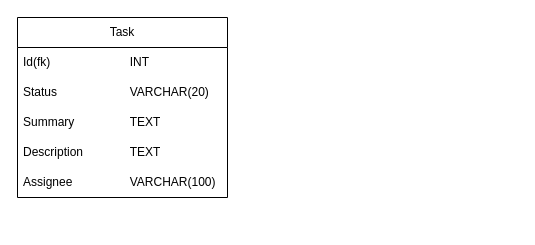
khanhnq1406/Drag_and_Drop_Kanban_Board keeps this draw.io diagram as page "Database" (2 of 3) of design/Drag and Drop Kanban Board.drawio. Above is the earlier version. Source tidied: cells renumbered, new cells numbered last; positions are measured from the earlier drawing's top-left corner, leaving out a move shared by most shapes. Both pictures are drawn from the tidied source at 100%, with x=0, y=0 at pixel (17, 17).
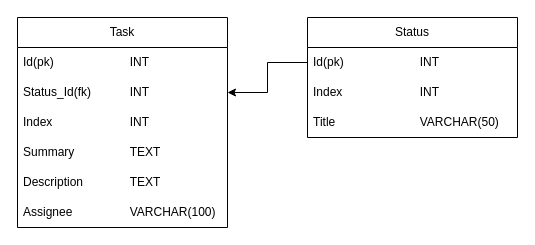
The same page after the edit.

Diff of the diagram source:
```diff
@@
 <mxGraphModel>
   <root>
     <mxCell id="0" />
     <mxCell id="1" parent="0" />
     <mxCell id="2" value="Task" style="swimlane;fontStyle=0;horizontal=1;startSize=30;whiteSpace=wrap;html=1;" parent="1" vertex="1">
-      <mxGeometry width="210" height="180" as="geometry" />
+      <mxGeometry width="210" height="210" as="geometry" />
     </mxCell>
-    <mxCell id="3" value="Id(fk)&lt;span style=&quot;white-space: pre;&quot;&gt;&#9;&lt;/span&gt;&lt;span style=&quot;white-space: pre;&quot;&gt;&#9;&lt;/span&gt;&lt;span style=&quot;white-space: pre;&quot;&gt;&#9;&lt;/span&gt;INT" style="text;strokeColor=none;fillColor=none;align=left;verticalAlign=middle;spacingLeft=4;spacingRight=4;overflow=hidden;whiteSpace=wrap;html=1;" parent="2" vertex="1">
+    <mxCell id="3" value="Id(pk)&lt;span style=&quot;white-space: pre;&quot;&gt;&#9;&lt;/span&gt;&lt;span style=&quot;white-space: pre;&quot;&gt;&#9;&lt;/span&gt;&lt;span style=&quot;white-space: pre;&quot;&gt;&#9;&lt;/span&gt;INT" style="text;strokeColor=none;fillColor=none;align=left;verticalAlign=middle;spacingLeft=4;spacingRight=4;overflow=hidden;whiteSpace=wrap;html=1;" parent="2" vertex="1">
       <mxGeometry y="30" width="210" height="30" as="geometry" />
     </mxCell>
-    <mxCell id="4" value="Status&lt;span style=&quot;white-space: pre;&quot;&gt;&#9;&lt;/span&gt;&lt;span style=&quot;white-space: pre;&quot;&gt;&#9;&lt;span style=&quot;white-space: pre;&quot;&gt;&#9;&lt;/span&gt;&lt;/span&gt;VARCHAR(20)" style="text;strokeColor=none;fillColor=none;align=left;verticalAlign=middle;spacingLeft=4;spacingRight=4;overflow=hidden;points=[[0,0.5],[1,0.5]];portConstraint=eastwest;whiteSpace=wrap;html=1;" parent="2" vertex="1">
+    <mxCell id="4" value="Status_Id(fk)&lt;span style=&quot;white-space: pre;&quot;&gt;&#9;&lt;/span&gt;&lt;span style=&quot;white-space: pre;&quot;&gt;&#9;&lt;/span&gt;INT" style="text;strokeColor=none;fillColor=none;align=left;verticalAlign=middle;spacingLeft=4;spacingRight=4;overflow=hidden;points=[[0,0.5],[1,0.5]];portConstraint=eastwest;whiteSpace=wrap;html=1;" parent="2" vertex="1">
       <mxGeometry y="60" width="210" height="30" as="geometry" />
     </mxCell>
+    <mxCell id="8" value="Index&lt;span style=&quot;white-space: pre;&quot;&gt;&#9;&lt;/span&gt;&lt;span style=&quot;white-space: pre;&quot;&gt;&#9;&lt;/span&gt;&lt;span style=&quot;white-space: pre;&quot;&gt;&#9;&lt;/span&gt;INT" style="text;strokeColor=none;fillColor=none;align=left;verticalAlign=middle;spacingLeft=4;spacingRight=4;overflow=hidden;whiteSpace=wrap;html=1;" parent="2" vertex="1">
+      <mxGeometry y="90" width="210" height="30" as="geometry" />
+    </mxCell>
     <mxCell id="5" value="Summary&lt;span style=&quot;white-space: pre;&quot;&gt;&#9;&lt;/span&gt;&lt;span style=&quot;white-space: pre;&quot;&gt;&#9;&lt;/span&gt;&lt;span style=&quot;white-space: pre;&quot;&gt;&#9;&lt;/span&gt;TEXT" style="text;strokeColor=none;fillColor=none;align=left;verticalAlign=middle;spacingLeft=4;spacingRight=4;overflow=hidden;whiteSpace=wrap;html=1;" parent="2" vertex="1">
-      <mxGeometry y="90" width="210" height="30" as="geometry" />
+      <mxGeometry y="120" width="210" height="30" as="geometry" />
     </mxCell>
     <mxCell id="6" value="Description&lt;span style=&quot;white-space: pre;&quot;&gt;&#9;&lt;/span&gt;&lt;span style=&quot;white-space: pre;&quot;&gt;&#9;&lt;/span&gt;TEXT" style="text;strokeColor=none;fillColor=none;align=left;verticalAlign=middle;spacingLeft=4;spacingRight=4;overflow=hidden;whiteSpace=wrap;html=1;" parent="2" vertex="1">
-      <mxGeometry y="120" width="210" height="30" as="geometry" />
+      <mxGeometry y="150" width="210" height="30" as="geometry" />
     </mxCell>
     <mxCell id="7" value="Assignee&lt;span style=&quot;white-space: pre;&quot;&gt;&#9;&lt;/span&gt;&lt;span style=&quot;white-space: pre;&quot;&gt;&#9;&lt;/span&gt;&lt;span style=&quot;white-space: pre;&quot;&gt;&#9;&lt;/span&gt;VARCHAR(100)" style="text;strokeColor=none;fillColor=none;align=left;verticalAlign=middle;spacingLeft=4;spacingRight=4;overflow=hidden;whiteSpace=wrap;html=1;" parent="2" vertex="1">
-      <mxGeometry y="150" width="210" height="30" as="geometry" />
+      <mxGeometry y="180" width="210" height="30" as="geometry" />
     </mxCell>
+    <mxCell id="9" value="Status" style="swimlane;fontStyle=0;horizontal=1;startSize=30;whiteSpace=wrap;html=1;" parent="1" vertex="1">
+      <mxGeometry x="290" width="210" height="120" as="geometry" />
+    </mxCell>
+    <mxCell id="10" value="Id(pk)&lt;span style=&quot;white-space: pre;&quot;&gt;&#9;&lt;/span&gt;&lt;span style=&quot;white-space: pre;&quot;&gt;&#9;&lt;/span&gt;&lt;span style=&quot;white-space: pre;&quot;&gt;&#9;&lt;/span&gt;INT" style="text;strokeColor=none;fillColor=none;align=left;verticalAlign=middle;spacingLeft=4;spacingRight=4;overflow=hidden;points=[[0,0.5],[1,0.5]];portConstraint=eastwest;whiteSpace=wrap;html=1;" parent="9" vertex="1">
+      <mxGeometry y="30" width="210" height="30" as="geometry" />
+    </mxCell>
+    <mxCell id="11" value="Index&lt;span style=&quot;white-space: pre;&quot;&gt;&#9;&lt;/span&gt;&lt;span style=&quot;white-space: pre;&quot;&gt;&#9;&lt;/span&gt;&lt;span style=&quot;white-space: pre;&quot;&gt;&#9;&lt;/span&gt;INT" style="text;strokeColor=none;fillColor=none;align=left;verticalAlign=middle;spacingLeft=4;spacingRight=4;overflow=hidden;whiteSpace=wrap;html=1;" parent="9" vertex="1">
+      <mxGeometry y="60" width="210" height="30" as="geometry" />
+    </mxCell>
+    <mxCell id="12" value="Title&lt;span style=&quot;white-space: pre;&quot;&gt;&#9;&lt;/span&gt;&lt;span style=&quot;white-space: pre;&quot;&gt;&#9;&lt;/span&gt;&lt;span style=&quot;white-space: pre;&quot;&gt;&#9;&lt;/span&gt;&lt;span style=&quot;white-space: pre;&quot;&gt;&#9;&lt;/span&gt;VARCHAR(50)" style="text;strokeColor=none;fillColor=none;align=left;verticalAlign=middle;spacingLeft=4;spacingRight=4;overflow=hidden;whiteSpace=wrap;html=1;" parent="9" vertex="1">
+      <mxGeometry y="90" width="210" height="30" as="geometry" />
+    </mxCell>
+    <mxCell id="13" style="edgeStyle=orthogonalEdgeStyle;rounded=0;jettySize=auto;html=1;exitX=0;exitY=0.5;exitDx=0;exitDy=0;entryX=1;entryY=0.5;entryDx=0;entryDy=0;" parent="1" edge="1" source="10" target="4">
+      <mxGeometry relative="1" as="geometry" />
+    </mxCell>
   </root>
 </mxGraphModel>
```
